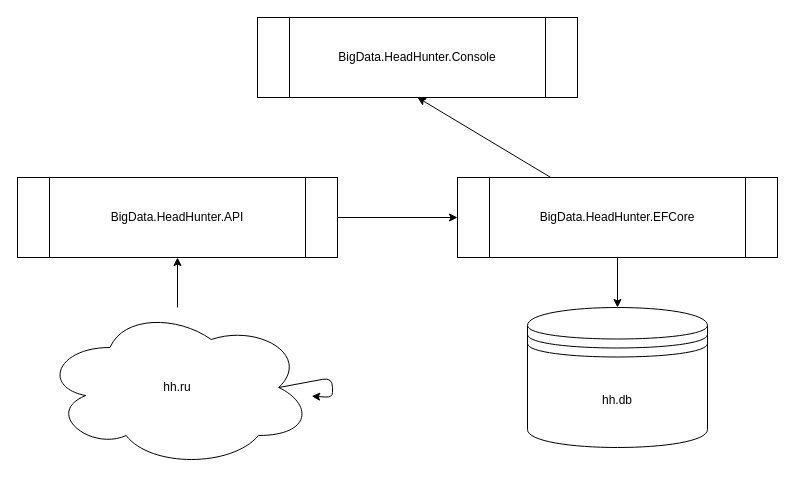
Before: main.drawio in slonikin211/BigData.HeadHunter, a draw.io diagram. Source tidied: cells renumbered, new cells numbered last; positions are measured from the earlier drawing's top-left corner, leaving out a move shared by most shapes. Both pictures are drawn from the tidied source at 100%, with x=0, y=0 at pixel (17, 17).
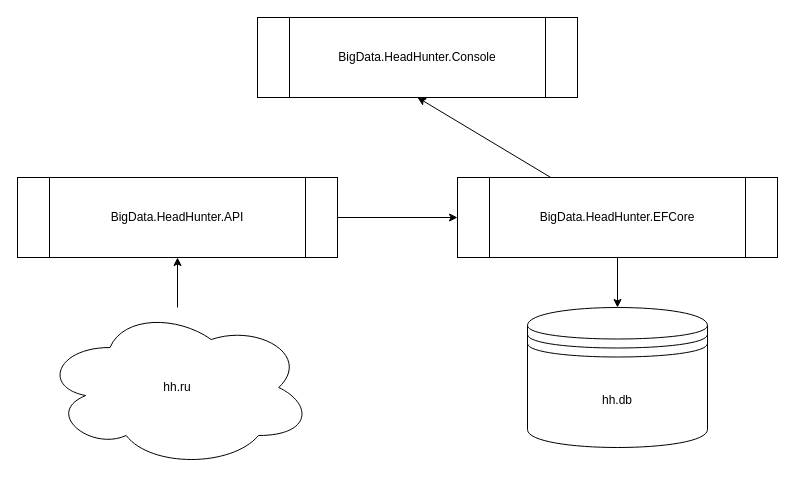
The same diagram, later.

Change to the diagram source:
```diff
@@
 <mxGraphModel>
   <root>
     <mxCell id="0" />
     <mxCell id="1" parent="0" />
     <mxCell id="2" style="edgeStyle=none;html=1;entryX=0.5;entryY=1;entryDx=0;entryDy=0;" parent="1" edge="1" source="4" target="7">
       <mxGeometry relative="1" as="geometry" />
     </mxCell>
     <mxCell id="3" style="edgeStyle=none;html=1;entryX=0.5;entryY=0;entryDx=0;entryDy=0;" parent="1" edge="1" source="4" target="8">
       <mxGeometry relative="1" as="geometry" />
     </mxCell>
     <mxCell id="4" value="BigData.HeadHunter.EFCore" style="shape=process;whiteSpace=wrap;html=1;backgroundOutline=1;" parent="1" vertex="1">
       <mxGeometry x="440" y="160" width="320" height="80" as="geometry" />
     </mxCell>
     <mxCell id="5" style="edgeStyle=none;html=1;" parent="1" edge="1" source="6" target="4">
       <mxGeometry relative="1" as="geometry" />
     </mxCell>
     <mxCell id="6" value="BigData.HeadHunter.API" style="shape=process;whiteSpace=wrap;html=1;backgroundOutline=1;" parent="1" vertex="1">
       <mxGeometry y="160" width="320" height="80" as="geometry" />
     </mxCell>
     <mxCell id="7" value="BigData.HeadHunter.Console" style="shape=process;whiteSpace=wrap;html=1;backgroundOutline=1;" parent="1" vertex="1">
       <mxGeometry x="240" width="320" height="80" as="geometry" />
     </mxCell>
     <mxCell id="8" value="hh.db" style="shape=datastore;whiteSpace=wrap;html=1;" parent="1" vertex="1">
       <mxGeometry x="510" y="290" width="180" height="140" as="geometry" />
     </mxCell>
     <mxCell id="9" style="edgeStyle=none;html=1;" parent="1" edge="1" source="10" target="6">
       <mxGeometry relative="1" as="geometry" />
     </mxCell>
     <mxCell id="10" value="hh.ru" style="ellipse;shape=cloud;whiteSpace=wrap;html=1;" parent="1" vertex="1">
       <mxGeometry x="25" y="290" width="270" height="160" as="geometry" />
     </mxCell>
-    <mxCell id="11" style="edgeStyle=none;html=1;exitX=0.875;exitY=0.5;exitDx=0;exitDy=0;exitPerimeter=0;" parent="1" edge="1" source="10" target="10">
-      <mxGeometry relative="1" as="geometry" />
-    </mxCell>
   </root>
 </mxGraphModel>
```
